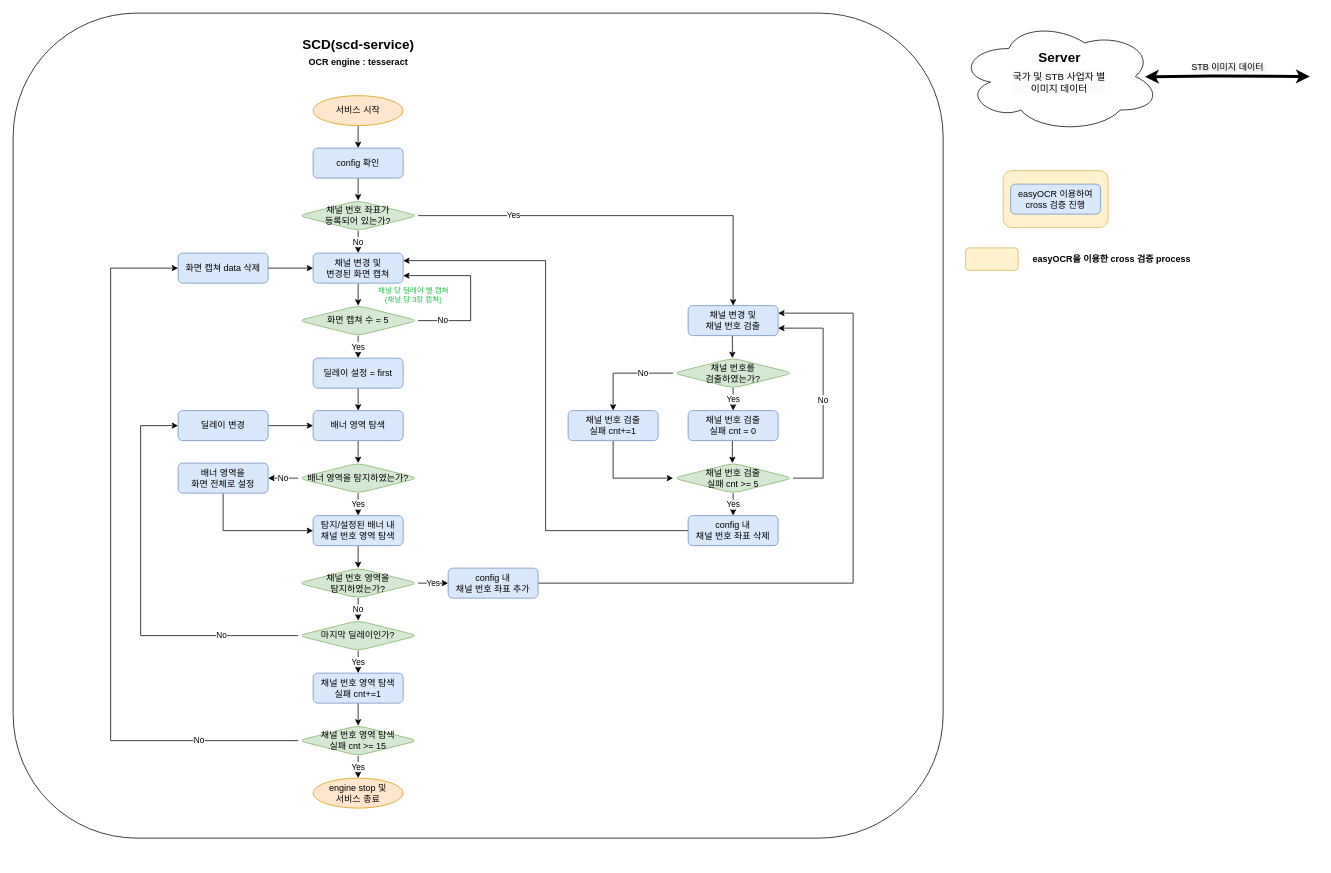
Earlier version of the draw.io diagram flowChart_SCD.drawio (shula2/flow_chart). Source tidied: cells renumbered, new cells numbered last; positions are measured from the earlier drawing's top-left corner, leaving out a move shared by most shapes. Both pictures are drawn from the tidied source at 75%, with x=0, y=0 at pixel (13, 13).
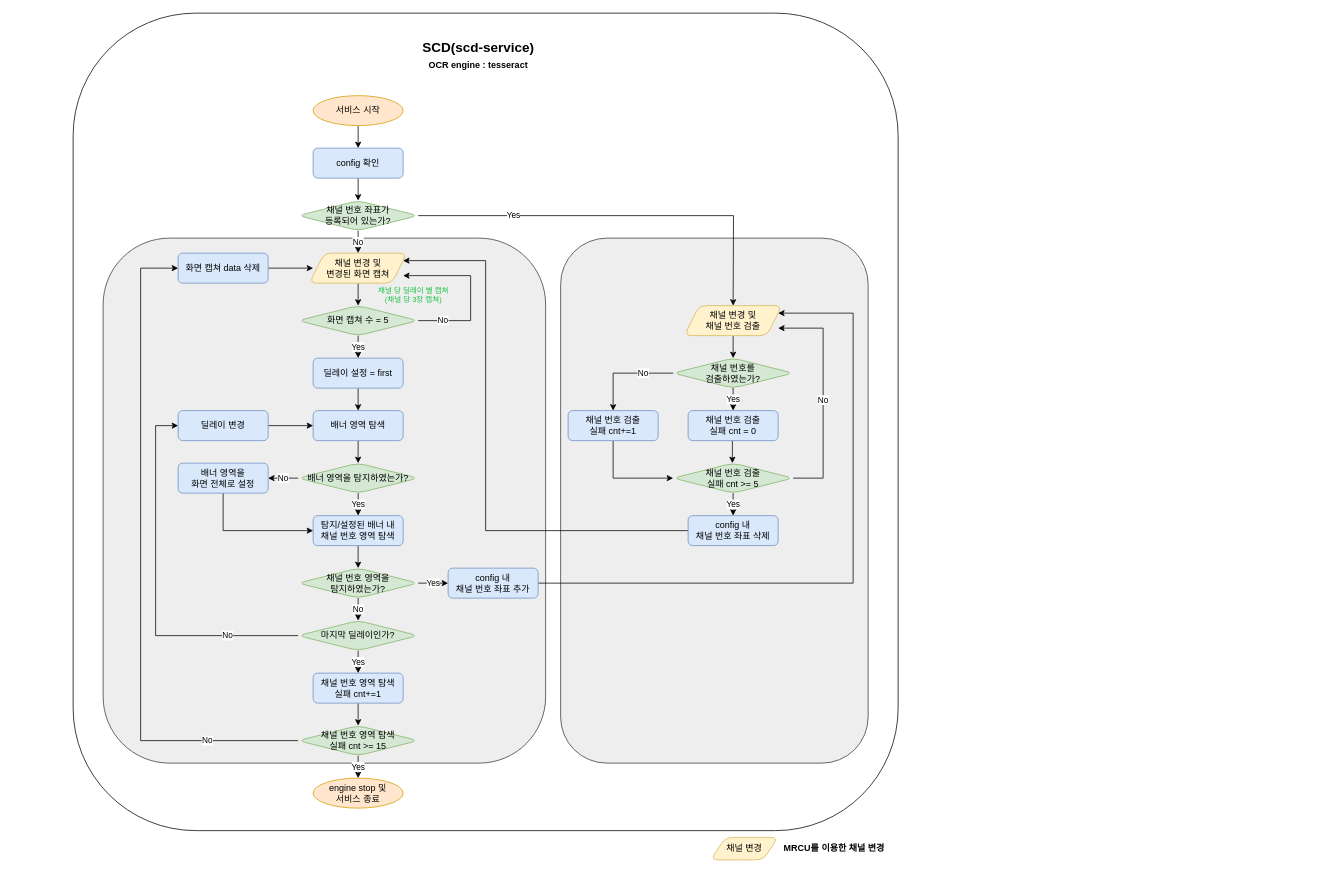
After the change.

The change refers to these unchanged cells:
```xml
<mxCell id="17" value="채널 번호 좌표가&lt;div&gt;등록되어 있는가?&lt;/div&gt;" style="rhombus;whiteSpace=wrap;html=1;rounded=1;fillColor=#d5e8d4;strokeColor=#82b366;" parent="1" vertex="1">
  <mxGeometry x="380" y="250" width="160" height="40" as="geometry" />
</mxCell>
<mxCell id="25" value="&lt;div&gt;&lt;span style=&quot;background-color: transparent; color: light-dark(rgb(0, 0, 0), rgb(255, 255, 255));&quot;&gt;화면 캡쳐 수 = 5&lt;/span&gt;&lt;/div&gt;" style="rhombus;whiteSpace=wrap;html=1;rounded=1;fillColor=#d5e8d4;strokeColor=#82b366;" parent="1" vertex="1">
  <mxGeometry x="380" y="390" width="160" height="40" as="geometry" />
</mxCell>
<mxCell id="40" value="마지막 딜레이인가?" style="rhombus;whiteSpace=wrap;html=1;rounded=1;fillColor=#d5e8d4;strokeColor=#82b366;" parent="1" vertex="1">
  <mxGeometry x="380" y="810" width="160" height="40" as="geometry" />
</mxCell>
<mxCell id="45" value="&lt;div&gt;채널 번호 영역 탐색&lt;/div&gt;&lt;div&gt;&lt;span style=&quot;background-color: transparent; color: light-dark(rgb(0, 0, 0), rgb(255, 255, 255));&quot;&gt;실패 cnt &amp;gt;= 15&lt;/span&gt;&lt;/div&gt;" style="rhombus;whiteSpace=wrap;html=1;rounded=1;fillColor=#d5e8d4;strokeColor=#82b366;" parent="1" vertex="1">
  <mxGeometry x="380" y="950" width="160" height="40" as="geometry" />
</mxCell>
<mxCell id="50" value="채널 번호를&lt;div&gt;검출하였는가?&lt;/div&gt;" style="rhombus;whiteSpace=wrap;html=1;rounded=1;fillColor=#d5e8d4;strokeColor=#82b366;" parent="1" vertex="1">
  <mxGeometry x="880" y="460" width="160" height="40" as="geometry" />
</mxCell>
<mxCell id="55" value="&lt;div&gt;채널 번호 검출&lt;/div&gt;실패 cnt &amp;gt;= 5" style="rhombus;whiteSpace=wrap;html=1;rounded=1;fillColor=#d5e8d4;strokeColor=#82b366;" parent="1" vertex="1">
  <mxGeometry x="880" y="600" width="160" height="40" as="geometry" />
</mxCell>
<mxCell id="59" value="딜레이 변경" style="rounded=1;whiteSpace=wrap;html=1;fontSize=12;glass=0;strokeWidth=1;shadow=0;fillColor=#dae8fc;strokeColor=#6c8ebf;" parent="1" vertex="1">
  <mxGeometry x="220" y="530" width="120" height="40" as="geometry" />
</mxCell>
<mxCell id="61" value="화면 캡쳐 data 삭제" style="rounded=1;whiteSpace=wrap;html=1;fontSize=12;glass=0;strokeWidth=1;shadow=0;fillColor=#dae8fc;strokeColor=#6c8ebf;" parent="1" vertex="1">
  <mxGeometry x="220" y="320" width="120" height="40" as="geometry" />
</mxCell>
<mxCell id="63" value="config 내&lt;div&gt;채널 번호 좌표 추가&lt;/div&gt;" style="rounded=1;whiteSpace=wrap;html=1;fontSize=12;glass=0;strokeWidth=1;shadow=0;fillColor=#dae8fc;strokeColor=#6c8ebf;" parent="1" vertex="1">
  <mxGeometry x="580" y="740" width="120" height="40" as="geometry" />
</mxCell>
<mxCell id="67" value="config 내&lt;div&gt;채널 번호 좌표 삭제&lt;/div&gt;" style="rounded=1;whiteSpace=wrap;html=1;fontSize=12;glass=0;strokeWidth=1;shadow=0;fillColor=#dae8fc;strokeColor=#6c8ebf;" parent="1" vertex="1">
  <mxGeometry x="900" y="670" width="120" height="40" as="geometry" />
</mxCell>
```

The edit, as a diff of the source:
```diff
@@
-    <mxCell id="2" value="&lt;font style=&quot;color: rgb(0, 0, 0);&quot;&gt;STB 이미지 데이터&lt;/font&gt;" style="text;html=1;align=center;verticalAlign=middle;strokeColor=none;fillColor=none;textShadow=1;fontColor=#3333FF;" parent="1" vertex="1">
-      <mxGeometry x="1554" y="56.5" width="130" height="30" as="geometry" />
-    </mxCell>
-    <mxCell id="3" style="endArrow=classic;startArrow=classic;html=1;rounded=0;fontStyle=1;fontSize=15;strokeWidth=4;entryX=0;entryY=0.5;entryDx=0;entryDy=0;" parent="1" edge="1">
-      <mxGeometry relative="1" as="geometry">
-        <mxPoint x="1509" y="84.9" as="sourcePoint" />
-        <mxPoint x="1729" y="84.5" as="targetPoint" />
-        <Array as="points">
-          <mxPoint x="1599" y="83.9" />
-        </Array>
-      </mxGeometry>
-    </mxCell>
-    <mxCell id="4" style="rounded=1;whiteSpace=wrap;html=1;fillColor=#fff2cc;strokeColor=#d6b656;" parent="1" vertex="1">
-      <mxGeometry x="1320" y="210" width="140" height="76" as="geometry" />
-    </mxCell>
-    <mxCell id="5" value="&lt;br&gt;&lt;font style=&quot;forced-color-adjust: none; color: rgb(0, 0, 0); font-family: Helvetica; font-size: 13px; font-style: normal; font-variant-ligatures: normal; font-variant-caps: normal; letter-spacing: normal; orphans: 2; text-indent: 0px; text-transform: none; widows: 2; word-spacing: 0px; -webkit-text-stroke-width: 0px; white-space: normal; background-color: rgb(251, 251, 251); text-decoration-thickness: initial; text-decoration-style: initial; text-decoration-color: initial;&quot;&gt;국가 및 STB 사업자 별&lt;/font&gt;&lt;div style=&quot;forced-color-adjust: none; color: rgb(0, 0, 0); font-family: Helvetica; font-size: 13px; font-style: normal; font-variant-ligatures: normal; font-variant-caps: normal; letter-spacing: normal; orphans: 2; text-indent: 0px; text-transform: none; widows: 2; word-spacing: 0px; -webkit-text-stroke-width: 0px; white-space: normal; background-color: rgb(251, 251, 251); text-decoration-thickness: initial; text-decoration-style: initial; text-decoration-color: initial;&quot;&gt;&lt;font style=&quot;forced-color-adjust: none;&quot;&gt;이미지 데이터&lt;/font&gt;&lt;/div&gt;" style="ellipse;shape=cloud;whiteSpace=wrap;html=1;fontStyle=0;align=center;labelPosition=center;verticalLabelPosition=middle;verticalAlign=middle;" parent="1" vertex="1">
-      <mxGeometry x="1260" y="10" width="270" height="149" as="geometry" />
-    </mxCell>
-    <mxCell id="6" value="Server" style="text;html=1;align=center;verticalAlign=middle;strokeColor=none;fillColor=none;fontSize=18;fontStyle=1;" parent="1" vertex="1">
-      <mxGeometry x="1355" y="39" width="80" height="40" as="geometry" />
-    </mxCell>
-    <mxCell id="7" value="easyOCR 이용하여 cross 검증 진행" style="rounded=1;whiteSpace=wrap;html=1;fontSize=12;glass=0;strokeWidth=1;shadow=0;fillColor=#dae8fc;strokeColor=#6c8ebf;" parent="1" vertex="1">
-      <mxGeometry x="1330" y="228" width="120" height="40" as="geometry" />
-    </mxCell>
+    <mxCell id="10" style="rounded=1;whiteSpace=wrap;html=1;" parent="1" vertex="1">
+      <mxGeometry x="80" width="1100" height="1090" as="geometry" />
+    </mxCell>
+    <mxCell id="68" style="rounded=1;whiteSpace=wrap;html=1;fillColor=#eeeeee;strokeColor=#36393d;" parent="1" vertex="1">
+      <mxGeometry x="730" y="300" width="410" height="700" as="geometry" />
+    </mxCell>
+    <mxCell id="69" style="rounded=1;whiteSpace=wrap;html=1;fillColor=#eeeeee;strokeColor=#36393d;" parent="1" vertex="1">
+      <mxGeometry x="120" y="300" width="590" height="700" as="geometry" />
+    </mxCell>
-    <mxCell id="8" value="&lt;span style=&quot;font-weight: 700; text-wrap-mode: nowrap;&quot;&gt;&lt;font&gt;easyOCR을 이용한 cross 검증 process&lt;/font&gt;&lt;/span&gt;" style="text;html=1;align=center;verticalAlign=middle;whiteSpace=wrap;rounded=0;" parent="1" vertex="1">
-      <mxGeometry x="1335" y="313" width="260" height="30" as="geometry" />
+    <mxCell id="8" value="&lt;span style=&quot;text-wrap-mode: nowrap;&quot;&gt;&lt;b&gt;MRCU를 이용한 채널 변경&lt;/b&gt;&lt;/span&gt;" style="text;html=1;align=center;verticalAlign=middle;whiteSpace=wrap;rounded=0;" parent="1" vertex="1">
+      <mxGeometry x="1010" y="1099" width="170" height="30" as="geometry" />
     </mxCell>
-    <mxCell id="9" style="rounded=1;whiteSpace=wrap;html=1;fillColor=#fff2cc;strokeColor=#d6b656;" parent="1" vertex="1">
-      <mxGeometry x="1270" y="313" width="70" height="30" as="geometry" />
-    </mxCell>
-    <mxCell id="10" style="rounded=1;whiteSpace=wrap;html=1;" parent="1" vertex="1">
-      <mxGeometry width="1240" height="1100" as="geometry" />
-    </mxCell>
@@
-    <mxCell id="15" value="No" style="edgeStyle=orthogonalEdgeStyle;rounded=0;jettySize=auto;html=1;exitX=0.5;exitY=1;exitDx=0;exitDy=0;entryX=0.5;entryY=0;entryDx=0;entryDy=0;" parent="1" edge="1" source="17" target="19">
-      <mxGeometry relative="1" as="geometry" />
+    <mxCell id="15" value="No" style="edgeStyle=orthogonalEdgeStyle;rounded=0;jettySize=auto;html=1;exitX=0.5;exitY=1;exitDx=0;exitDy=0;entryX=0.5;entryY=0;entryDx=0;entryDy=0;" parent="1" edge="1" source="17">
+      <mxGeometry relative="1" as="geometry">
+        <mxPoint x="460" y="320" as="targetPoint" />
+      </mxGeometry>
     </mxCell>
-    <mxCell id="16" value="Yes" style="edgeStyle=orthogonalEdgeStyle;rounded=0;jettySize=auto;html=1;exitX=1;exitY=0.5;exitDx=0;exitDy=0;" parent="1" edge="1" source="17" target="47">
-      <mxGeometry x="-0.53" relative="1" as="geometry" />
+    <mxCell id="16" value="Yes" style="edgeStyle=orthogonalEdgeStyle;rounded=0;jettySize=auto;html=1;exitX=1;exitY=0.5;exitDx=0;exitDy=0;" parent="1" edge="1" source="17">
+      <mxGeometry x="-0.53" relative="1" as="geometry">
+        <mxPoint x="960" y="390" as="targetPoint" />
+      </mxGeometry>
     </mxCell>
@@
-    <mxCell id="18" style="edgeStyle=orthogonalEdgeStyle;rounded=0;jettySize=auto;html=1;exitX=0.5;exitY=1;exitDx=0;exitDy=0;entryX=0.5;entryY=0;entryDx=0;entryDy=0;" parent="1" edge="1" source="19" target="25">
-      <mxGeometry relative="1" as="geometry" />
+    <mxCell id="18" style="edgeStyle=orthogonalEdgeStyle;rounded=0;jettySize=auto;html=1;exitX=0.5;exitY=1;exitDx=0;exitDy=0;entryX=0.5;entryY=0;entryDx=0;entryDy=0;" parent="1" edge="1" target="25">
+      <mxGeometry relative="1" as="geometry">
+        <mxPoint x="460" y="360" as="sourcePoint" />
+      </mxGeometry>
     </mxCell>
-    <mxCell id="19" value="채널 변경 및&lt;div&gt;변경된 화면 캡쳐&lt;/div&gt;" style="rounded=1;whiteSpace=wrap;html=1;fontSize=12;glass=0;strokeWidth=1;shadow=0;fillColor=#dae8fc;strokeColor=#6c8ebf;" parent="1" vertex="1">
-      <mxGeometry x="400" y="320" width="120" height="40" as="geometry" />
-    </mxCell>
@@
     <mxCell id="22" value="SCD(scd-service)&lt;br&gt;&lt;div&gt;&lt;div&gt;&lt;font style=&quot;font-size: 12px;&quot;&gt;OCR engine : tesseract&lt;/font&gt;&lt;/div&gt;&lt;/div&gt;" style="text;html=1;align=center;verticalAlign=middle;strokeColor=none;fillColor=none;fontSize=18;fontStyle=1;" parent="1" vertex="1">
-      <mxGeometry x="380" y="23" width="160" height="60" as="geometry" />
+      <mxGeometry x="540" y="26.5" width="160" height="60" as="geometry" />
     </mxCell>
@@
-    <mxCell id="24" value="No" style="edgeStyle=orthogonalEdgeStyle;rounded=0;jettySize=auto;html=1;exitX=1;exitY=0.5;exitDx=0;exitDy=0;entryX=1;entryY=0.75;entryDx=0;entryDy=0;" parent="1" edge="1" source="25" target="19">
+    <mxCell id="24" value="No" style="edgeStyle=orthogonalEdgeStyle;rounded=0;jettySize=auto;html=1;exitX=1;exitY=0.5;exitDx=0;exitDy=0;entryX=1;entryY=0.75;entryDx=0;entryDy=0;" parent="1" edge="1" source="25">
       <mxGeometry x="-0.7" relative="1" as="geometry">
+        <mxPoint x="520" y="350" as="targetPoint" />
         <Array as="points">
           <mxPoint x="610" y="410" />
           <mxPoint x="610" y="350" />
         </Array>
       </mxGeometry>
     </mxCell>
@@
     <mxCell id="39" value="No" style="edgeStyle=orthogonalEdgeStyle;rounded=0;jettySize=auto;html=1;exitX=0;exitY=0.5;exitDx=0;exitDy=0;entryX=0;entryY=0.5;entryDx=0;entryDy=0;" parent="1" edge="1" source="40" target="59">
       <mxGeometry x="-0.62" relative="1" as="geometry">
         <Array as="points">
-          <mxPoint x="170" y="830" />
-          <mxPoint x="170" y="550" />
+          <mxPoint x="190" y="830" />
+          <mxPoint x="190" y="550" />
         </Array>
         <mxPoint x="1" as="offset" />
       </mxGeometry>
     </mxCell>
@@
     <mxCell id="44" value="No" style="edgeStyle=orthogonalEdgeStyle;rounded=0;jettySize=auto;html=1;exitX=0;exitY=0.5;exitDx=0;exitDy=0;entryX=0;entryY=0.5;entryDx=0;entryDy=0;" parent="1" edge="1" source="45" target="61">
       <mxGeometry x="-0.73" relative="1" as="geometry">
         <Array as="points">
-          <mxPoint x="130" y="970" />
-          <mxPoint x="130" y="340" />
+          <mxPoint x="170" y="970" />
+          <mxPoint x="170" y="340" />
         </Array>
         <mxPoint x="-1" as="offset" />
       </mxGeometry>
     </mxCell>
@@
-    <mxCell id="46" style="edgeStyle=orthogonalEdgeStyle;rounded=0;jettySize=auto;html=1;exitX=0.5;exitY=1;exitDx=0;exitDy=0;" parent="1" edge="1" source="47">
-      <mxGeometry relative="1" as="geometry">
-        <mxPoint x="959" y="460" as="targetPoint" />
-      </mxGeometry>
-    </mxCell>
-    <mxCell id="47" value="채널 변경 및&lt;div&gt;채널 번호 검출&lt;/div&gt;" style="rounded=1;whiteSpace=wrap;html=1;fontSize=12;glass=0;strokeWidth=1;shadow=0;fillColor=#dae8fc;strokeColor=#6c8ebf;" parent="1" vertex="1">
-      <mxGeometry x="900" y="390" width="120" height="40" as="geometry" />
-    </mxCell>
@@
-    <mxCell id="53" value="No" style="edgeStyle=orthogonalEdgeStyle;rounded=0;jettySize=auto;html=1;exitX=1;exitY=0.5;exitDx=0;exitDy=0;entryX=1;entryY=0.75;entryDx=0;entryDy=0;" parent="1" edge="1" source="55" target="47">
+    <mxCell id="53" value="No" style="edgeStyle=orthogonalEdgeStyle;rounded=0;jettySize=auto;html=1;exitX=1;exitY=0.5;exitDx=0;exitDy=0;entryX=1;entryY=0.75;entryDx=0;entryDy=0;" parent="1" edge="1" source="55">
       <mxGeometry x="-0.04" relative="1" as="geometry">
+        <mxPoint x="1020" y="420" as="targetPoint" />
         <Array as="points">
           <mxPoint x="1080" y="620" />
           <mxPoint x="1080" y="420" />
         </Array>
       </mxGeometry>
     </mxCell>
@@
-    <mxCell id="60" style="edgeStyle=orthogonalEdgeStyle;rounded=0;jettySize=auto;html=1;exitX=1;exitY=0.5;exitDx=0;exitDy=0;" parent="1" edge="1" source="61" target="19">
-      <mxGeometry relative="1" as="geometry" />
+    <mxCell id="60" style="edgeStyle=orthogonalEdgeStyle;rounded=0;jettySize=auto;html=1;exitX=1;exitY=0.5;exitDx=0;exitDy=0;" parent="1" edge="1" source="61">
+      <mxGeometry relative="1" as="geometry">
+        <mxPoint x="400" y="340" as="targetPoint" />
+      </mxGeometry>
     </mxCell>
@@
-    <mxCell id="62" style="edgeStyle=orthogonalEdgeStyle;rounded=0;jettySize=auto;html=1;exitX=1;exitY=0.5;exitDx=0;exitDy=0;entryX=1;entryY=0.25;entryDx=0;entryDy=0;" parent="1" edge="1" source="63" target="47">
+    <mxCell id="62" style="edgeStyle=orthogonalEdgeStyle;rounded=0;jettySize=auto;html=1;exitX=1;exitY=0.5;exitDx=0;exitDy=0;entryX=1;entryY=0.25;entryDx=0;entryDy=0;" parent="1" edge="1" source="63">
       <mxGeometry relative="1" as="geometry">
+        <mxPoint x="1020" y="400" as="targetPoint" />
         <Array as="points">
           <mxPoint x="1120" y="760" />
           <mxPoint x="1120" y="400" />
         </Array>
       </mxGeometry>
     </mxCell>
@@
-    <mxCell id="66" style="edgeStyle=orthogonalEdgeStyle;rounded=0;jettySize=auto;html=1;exitX=0;exitY=0.5;exitDx=0;exitDy=0;entryX=1;entryY=0.25;entryDx=0;entryDy=0;" parent="1" edge="1" source="67" target="19">
+    <mxCell id="66" style="edgeStyle=orthogonalEdgeStyle;rounded=0;jettySize=auto;html=1;exitX=0;exitY=0.5;exitDx=0;exitDy=0;entryX=1;entryY=0.25;entryDx=0;entryDy=0;" parent="1" edge="1" source="67">
       <mxGeometry relative="1" as="geometry">
+        <mxPoint x="520" y="330" as="targetPoint" />
         <Array as="points">
-          <mxPoint x="710" y="690" />
-          <mxPoint x="710" y="330" />
+          <mxPoint x="630" y="690" />
+          <mxPoint x="630" y="330" />
         </Array>
       </mxGeometry>
     </mxCell>
@@
+    <mxCell id="19" value="채널 변경 및&lt;div&gt;변경된 화면 캡쳐&lt;/div&gt;" style="shape=parallelogram;perimeter=parallelogramPerimeter;whiteSpace=wrap;html=1;fixedSize=1;rounded=1;fillColor=#fff2cc;strokeColor=#d6b656;" parent="1" vertex="1">
+      <mxGeometry x="395" y="320" width="130" height="40" as="geometry" />
+    </mxCell>
+    <mxCell id="70" style="edgeStyle=orthogonalEdgeStyle;rounded=0;jettySize=auto;html=1;exitX=0.5;exitY=1;exitDx=0;exitDy=0;entryX=0.5;entryY=0;entryDx=0;entryDy=0;" parent="1" edge="1" source="47" target="50">
+      <mxGeometry relative="1" as="geometry" />
+    </mxCell>
+    <mxCell id="47" value="채널 변경 및&lt;div&gt;채널 번호 검출&lt;/div&gt;" style="shape=parallelogram;perimeter=parallelogramPerimeter;whiteSpace=wrap;html=1;fixedSize=1;rounded=1;fillColor=#fff2cc;strokeColor=#d6b656;" parent="1" vertex="1">
+      <mxGeometry x="895" y="390" width="130" height="40" as="geometry" />
+    </mxCell>
+    <mxCell id="71" value="채널 변경" style="shape=parallelogram;perimeter=parallelogramPerimeter;whiteSpace=wrap;html=1;fixedSize=1;rounded=1;fillColor=#fff2cc;strokeColor=#d6b656;" parent="1" vertex="1">
+      <mxGeometry x="930" y="1099" width="90" height="30" as="geometry" />
+    </mxCell>
```
